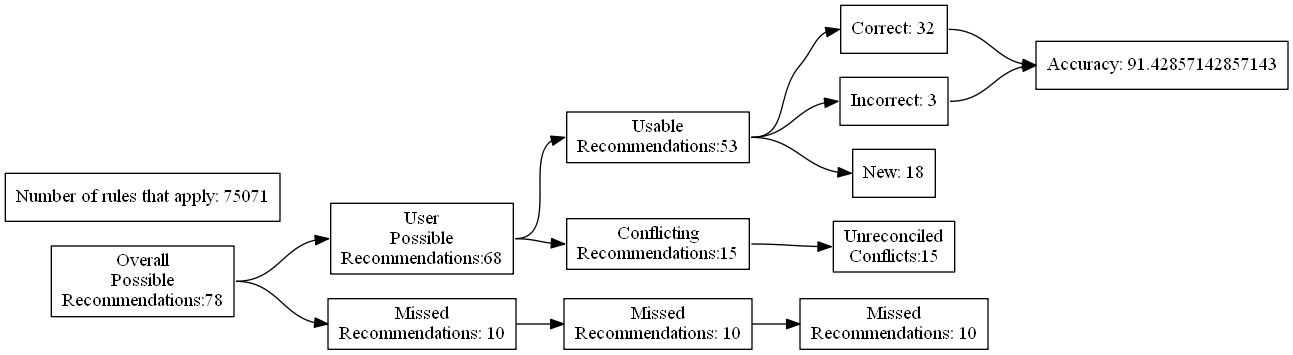
ZaxR/ibd_diet_analysis keeps this Graphviz diagram as test_renders/2.gv.png. Above is the earlier version. Its source is kept beside it as test_renders/2.gv.
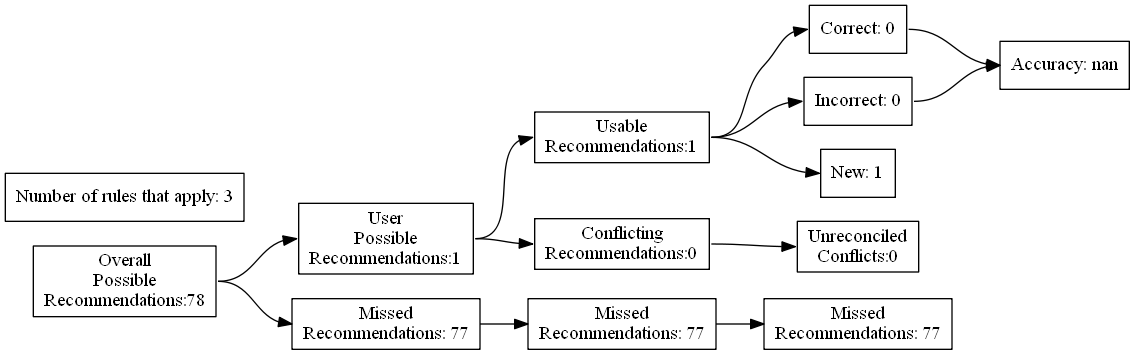
After the commit.

What changed in the source:
```diff
@@ -7,24 +7,24 @@
 Recommendations:78"]
 		B [label="User
 Possible
-Recommendations:68"]
+Recommendations:1"]
 		C [label="Missed
-Recommendations: 10"]
+Recommendations: 77"]
 		D [label="Usable
-Recommendations:53"]
+Recommendations:1"]
 		E [label="Conflicting
-Recommendations:15"]
+Recommendations:0"]
 		J [label="Missed
-Recommendations: 10"]
+Recommendations: 77"]
 		M [label="Unreconciled
-Conflicts:15"]
-		F [label="Correct: 32"]
-		G [label="Incorrect: 3"]
-		H [label="New: 18"]
+Conflicts:0"]
+		F [label="Correct: 0"]
+		G [label="Incorrect: 0"]
+		H [label="New: 1"]
 		K [label="Missed
-Recommendations: 10"]
-		I [label="Accuracy: 91.42857142857143"]
-		l [label="Number of rules that apply: 75071"]
+Recommendations: 77"]
+		I [label="Accuracy: nan"]
+		l [label="Number of rules that apply: 3"]
 			A -> B
 			A -> C
 			B -> D
```
